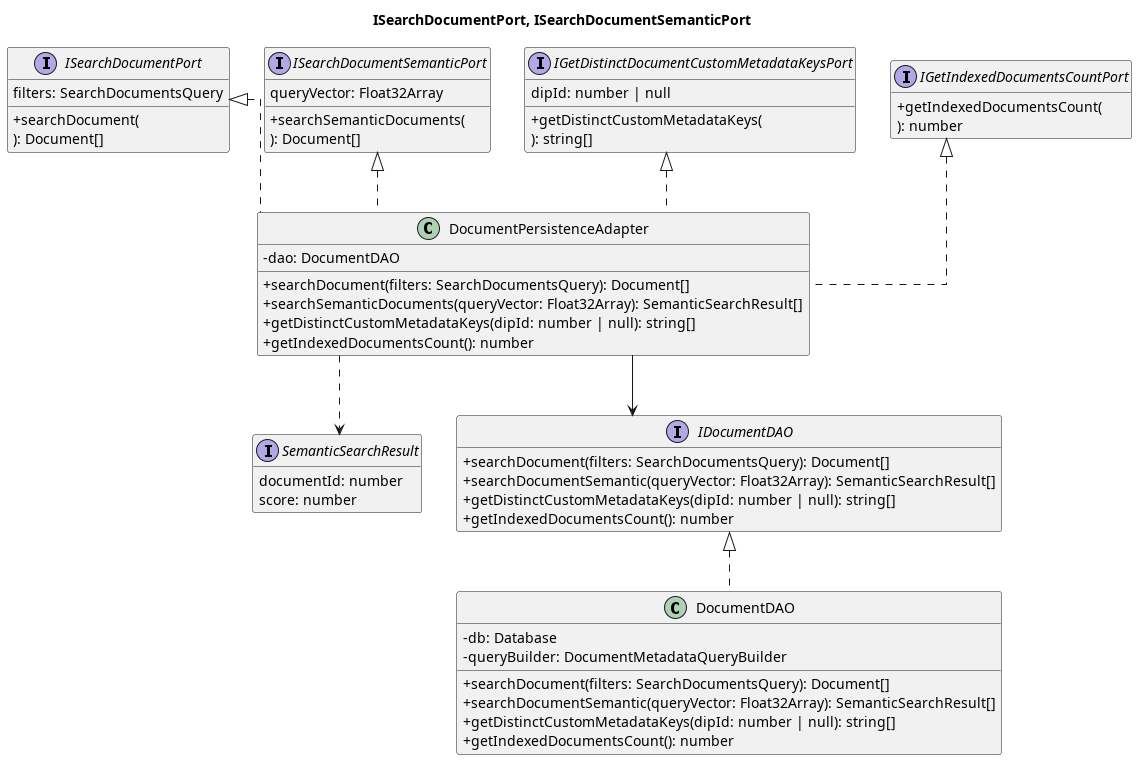
The PlantUML diagram out/3_PB/DocumentiEsterni/DiagrammiSpecificaTecnica/C4/C4_backend_Search/C4_backend_Search-8.png in 7-ZPUs/Docs, before a commit.
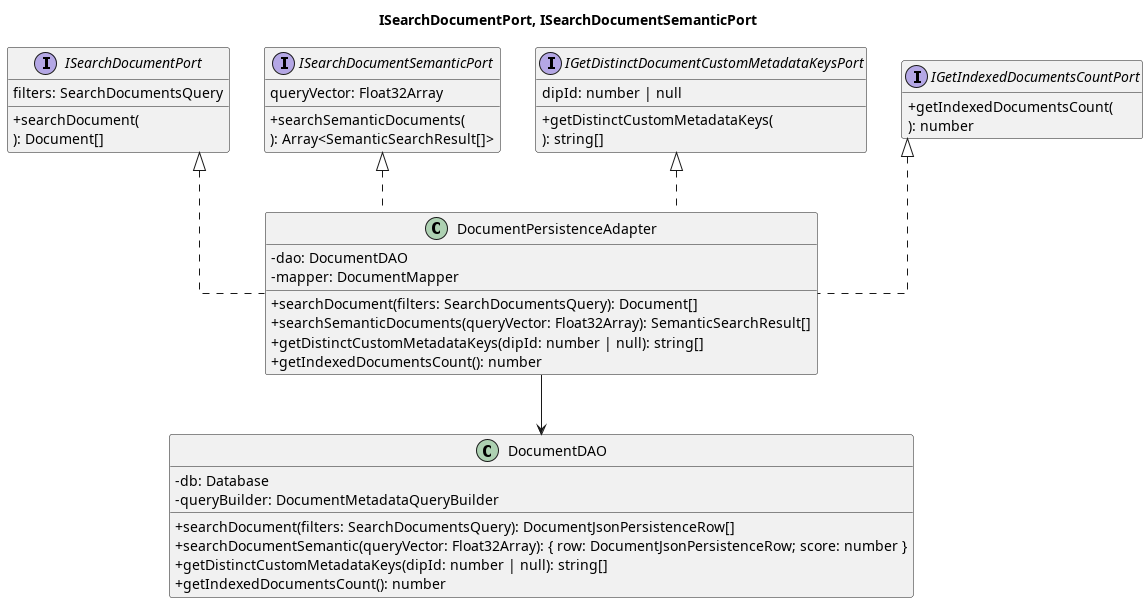
Later version of the same file.

Change to the diagram source:
```diff
@@ -14,7 +14,7 @@
 interface ISearchDocumentSemanticPort {
     + searchSemanticDocuments(
         queryVector: Float32Array
-    ): Document[]
+    ): Array<SemanticSearchResult[]>
 }
 
 interface IGetDistinctDocumentCustomMetadataKeysPort {
@@ -30,34 +30,22 @@
 
 class DocumentPersistenceAdapter implements ISearchDocumentPort, ISearchDocumentSemanticPort, IGetDistinctDocumentCustomMetadataKeysPort, IGetIndexedDocumentsCountPort {
     - dao: DocumentDAO
+    - mapper: DocumentMapper
     + searchDocument(filters: SearchDocumentsQuery): Document[]
     + searchSemanticDocuments(queryVector: Float32Array): SemanticSearchResult[]
     + getDistinctCustomMetadataKeys(dipId: number | null): string[]
     + getIndexedDocumentsCount(): number
 }
 
-interface SemanticSearchResult {
-    documentId: number
-    score: number
-}
-
-interface IDocumentDAO {
-    + searchDocument(filters: SearchDocumentsQuery): Document[]
-    + searchDocumentSemantic(queryVector: Float32Array): SemanticSearchResult[]
+class DocumentDAO {
+    - db: Database
+    - queryBuilder: DocumentMetadataQueryBuilder
+    + searchDocument(filters: SearchDocumentsQuery): DocumentJsonPersistenceRow[]
+    + searchDocumentSemantic(queryVector: Float32Array): { row: DocumentJsonPersistenceRow; score: number }
     + getDistinctCustomMetadataKeys(dipId: number | null): string[]
     + getIndexedDocumentsCount(): number
 }
 
-class DocumentDAO implements IDocumentDAO {
-    - db: Database
-    - queryBuilder: DocumentMetadataQueryBuilder
-    + searchDocument(filters: SearchDocumentsQuery): Document[]
-    + searchDocumentSemantic(queryVector: Float32Array): SemanticSearchResult[]
-    + getDistinctCustomMetadataKeys(dipId: number | null): string[]
-    + getIndexedDocumentsCount(): number
-}
-
-DocumentPersistenceAdapter --> IDocumentDAO
-DocumentPersistenceAdapter ..> SemanticSearchResult
+DocumentPersistenceAdapter --> DocumentDAO
 
 @enduml
```
